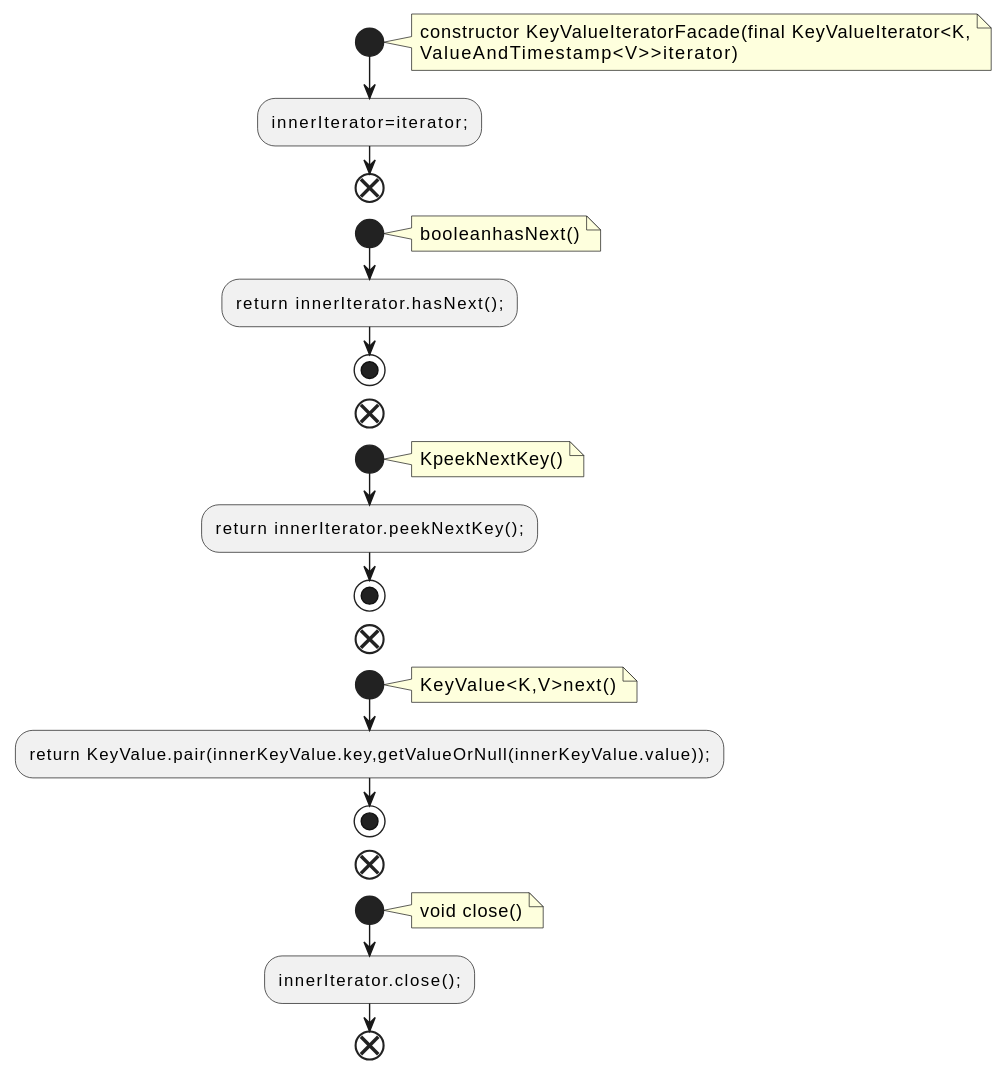
qualitesys/kafka keeps this PlantUML diagram as docs/qc/streams/src/main/java/org/apache/kafka/streams/state/internals/KeyValueIteratorFacade.java.fct.svg. Above is the earlier version.
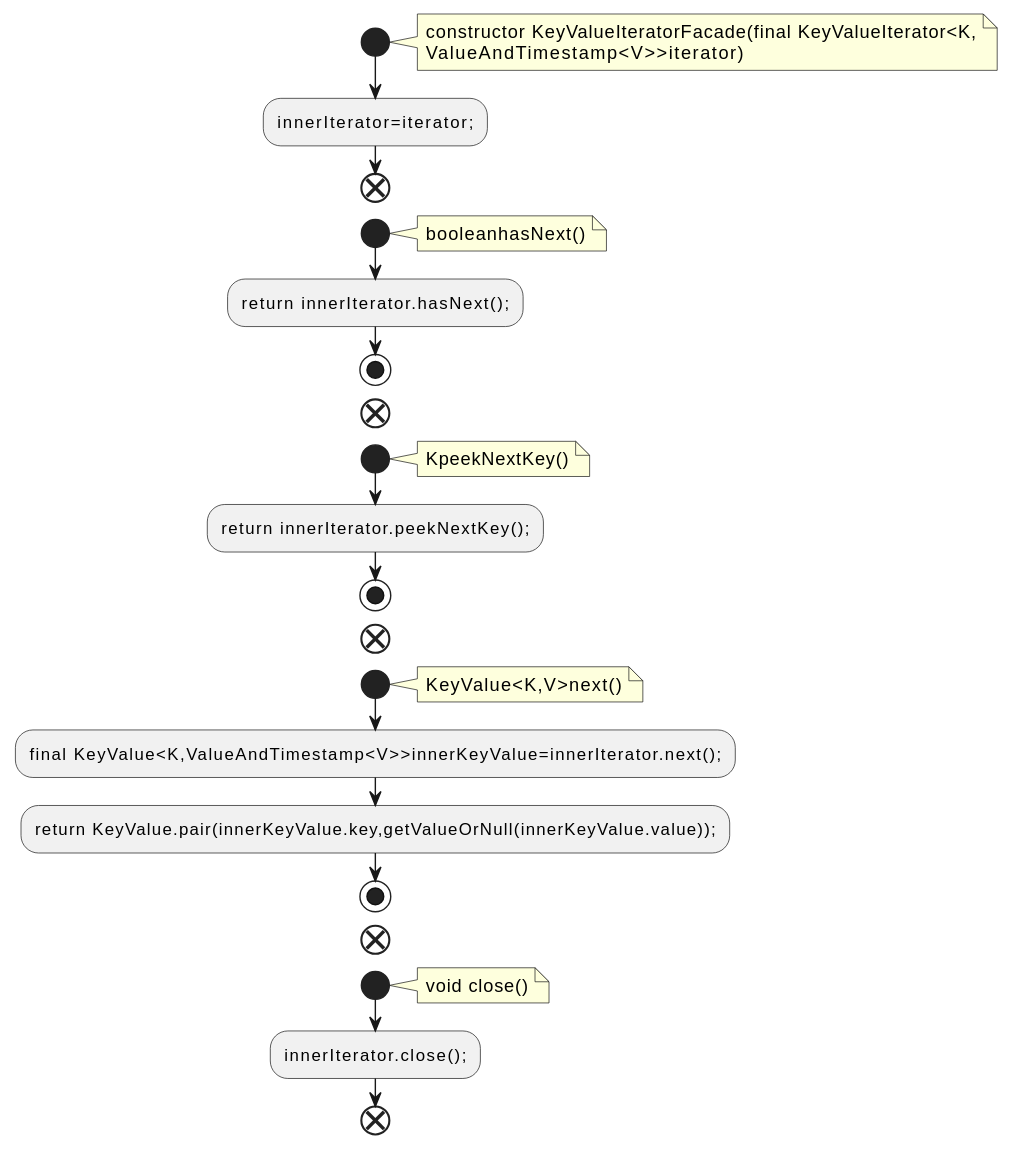
Above is the later version.

Change to the diagram source:
```diff
@@ -25,6 +25,7 @@
 note right
 KeyValue<K,V>next()
 end note
+:final KeyValue<K,ValueAndTimestamp<V>>innerKeyValue=innerIterator.next();;
 :return KeyValue.pair(innerKeyValue.key,getValueOrNull(innerKeyValue.value));;
 stop
 end
```
